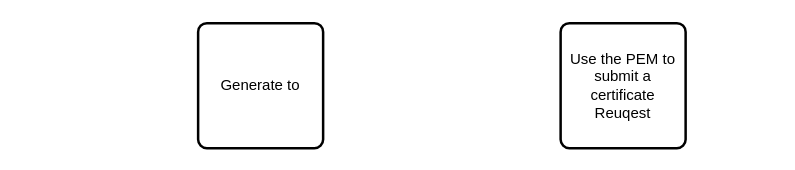
The draw.io diagram ISE-CA.drawio in Ryuuko/drawIo, before the edit. Source tidied: cells renumbered, new cells numbered last; positions are measured from the earlier drawing's top-left corner, leaving out a move shared by most shapes. Both pictures are drawn from the tidied source at 125%, with x=0, y=0 at pixel (198, 22).
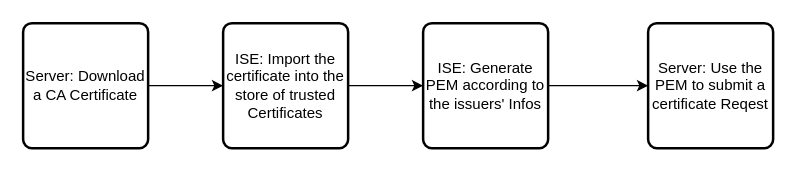
The same page after the edit.

Change to the diagram source:
```diff
@@
 <mxGraphModel>
   <root>
     <mxCell id="0" />
     <mxCell id="1" parent="0" />
-    <mxCell id="2" value="Use the PEM to submit a certificate Reuqest" style="rounded=1;whiteSpace=wrap;html=1;absoluteArcSize=1;arcSize=14;strokeWidth=2;" parent="1" vertex="1">
-      <mxGeometry x="290" width="100" height="100" as="geometry" />
+    <mxCell id="2" value="Server: Use the PEM to submit a certificate Reqest " style="rounded=1;whiteSpace=wrap;html=1;absoluteArcSize=1;arcSize=14;strokeWidth=2;" parent="1" vertex="1">
+      <mxGeometry x="360" width="100" height="100" as="geometry" />
     </mxCell>
+    <mxCell id="4" style="edgeStyle=orthogonalEdgeStyle;rounded=0;jettySize=auto;html=1;entryX=0;entryY=0.5;entryDx=0;entryDy=0;" parent="1" edge="1" source="3" target="2">
+      <mxGeometry relative="1" as="geometry" />
+    </mxCell>
-    <mxCell id="3" value="Generate to " style="rounded=1;whiteSpace=wrap;html=1;absoluteArcSize=1;arcSize=14;strokeWidth=2;" parent="1" vertex="1">
-      <mxGeometry width="100" height="100" as="geometry" />
+    <mxCell id="3" value="ISE: Generate PEM according to the issuers' Infos " style="rounded=1;whiteSpace=wrap;html=1;absoluteArcSize=1;arcSize=14;strokeWidth=2;" parent="1" vertex="1">
+      <mxGeometry x="180" width="100" height="100" as="geometry" />
     </mxCell>
+    <mxCell id="5" style="edgeStyle=orthogonalEdgeStyle;rounded=0;jettySize=auto;html=1;" parent="1" edge="1" source="6" target="8">
+      <mxGeometry relative="1" as="geometry" />
+    </mxCell>
+    <mxCell id="6" value="Server: Download a CA Certificate" style="rounded=1;whiteSpace=wrap;html=1;absoluteArcSize=1;arcSize=14;strokeWidth=2;" parent="1" vertex="1">
+      <mxGeometry x="-140" width="100" height="100" as="geometry" />
+    </mxCell>
+    <mxCell id="7" style="edgeStyle=orthogonalEdgeStyle;rounded=0;jettySize=auto;html=1;entryX=0;entryY=0.5;entryDx=0;entryDy=0;" parent="1" edge="1" source="8" target="3">
+      <mxGeometry relative="1" as="geometry" />
+    </mxCell>
+    <mxCell id="8" value="ISE: Import the certificate into the store of trusted Certificates " style="rounded=1;whiteSpace=wrap;html=1;absoluteArcSize=1;arcSize=14;strokeWidth=2;" parent="1" vertex="1">
+      <mxGeometry x="20" width="100" height="100" as="geometry" />
+    </mxCell>
   </root>
 </mxGraphModel>
```
